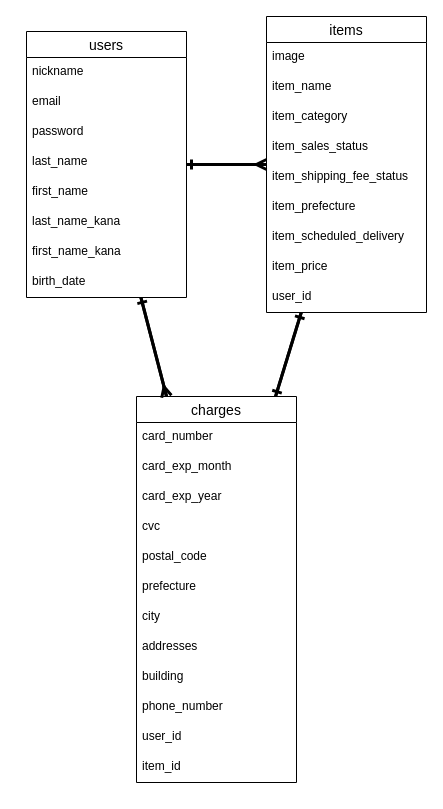
Before: furima.dio in yw6870/furima-32560, a draw.io diagram. Source tidied: cells renumbered, new cells numbered last; positions are measured from the earlier drawing's top-left corner, leaving out a move shared by most shapes. Both pictures are drawn from the tidied source at 100%, with x=0, y=0 at pixel (26, 16).
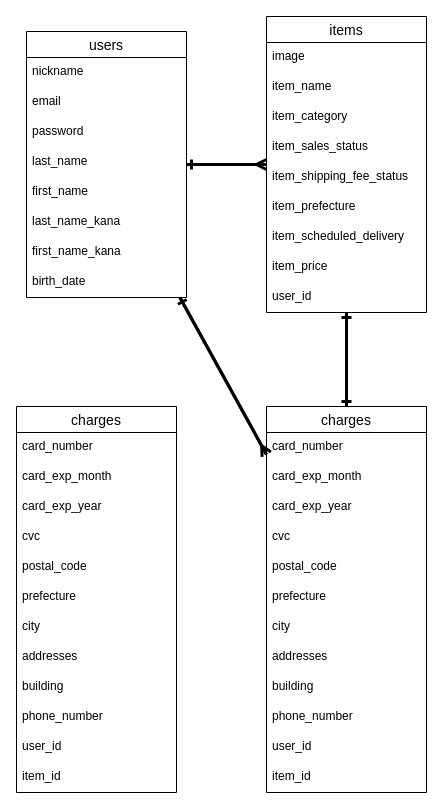
Above is the later version.

The edit, as a diff of the source:
```diff
@@
     <mxCell id="21" value="charges" style="swimlane;fontStyle=0;horizontal=1;startSize=26;align=center;fontSize=14;" parent="1" vertex="1">
-      <mxGeometry x="110" y="380" width="160" height="386" as="geometry" />
+      <mxGeometry x="240" y="390" width="160" height="386" as="geometry" />
     </mxCell>
@@
+    <mxCell id="40" value="charges" style="swimlane;fontStyle=0;horizontal=1;startSize=26;align=center;fontSize=14;" parent="1" vertex="1">
+      <mxGeometry x="-10" y="390" width="160" height="386" as="geometry" />
+    </mxCell>
+    <mxCell id="41" value="card_number" style="text;strokeColor=none;fillColor=none;spacingLeft=4;spacingRight=4;overflow=hidden;fontSize=12;" parent="40" vertex="1">
+      <mxGeometry y="26" width="160" height="30" as="geometry" />
+    </mxCell>
+    <mxCell id="42" value="card_exp_month" style="text;strokeColor=none;fillColor=none;spacingLeft=4;spacingRight=4;overflow=hidden;fontSize=12;" parent="40" vertex="1">
+      <mxGeometry y="56" width="160" height="30" as="geometry" />
+    </mxCell>
+    <mxCell id="43" value="card_exp_year" style="text;strokeColor=none;fillColor=none;spacingLeft=4;spacingRight=4;overflow=hidden;fontSize=12;" parent="40" vertex="1">
+      <mxGeometry y="86" width="160" height="30" as="geometry" />
+    </mxCell>
+    <mxCell id="44" value="cvc" style="text;strokeColor=none;fillColor=none;spacingLeft=4;spacingRight=4;overflow=hidden;fontSize=12;" parent="40" vertex="1">
+      <mxGeometry y="116" width="160" height="30" as="geometry" />
+    </mxCell>
+    <mxCell id="45" value="postal_code" style="text;strokeColor=none;fillColor=none;spacingLeft=4;spacingRight=4;overflow=hidden;fontSize=12;" parent="40" vertex="1">
+      <mxGeometry y="146" width="160" height="30" as="geometry" />
+    </mxCell>
+    <mxCell id="46" value="prefecture" style="text;strokeColor=none;fillColor=none;spacingLeft=4;spacingRight=4;overflow=hidden;fontSize=12;" parent="40" vertex="1">
+      <mxGeometry y="176" width="160" height="30" as="geometry" />
+    </mxCell>
+    <mxCell id="47" value="city" style="text;strokeColor=none;fillColor=none;spacingLeft=4;spacingRight=4;overflow=hidden;fontSize=12;" parent="40" vertex="1">
+      <mxGeometry y="206" width="160" height="30" as="geometry" />
+    </mxCell>
+    <mxCell id="48" value="addresses" style="text;strokeColor=none;fillColor=none;spacingLeft=4;spacingRight=4;overflow=hidden;fontSize=12;" parent="40" vertex="1">
+      <mxGeometry y="236" width="160" height="30" as="geometry" />
+    </mxCell>
+    <mxCell id="49" value="building" style="text;strokeColor=none;fillColor=none;spacingLeft=4;spacingRight=4;overflow=hidden;fontSize=12;" parent="40" vertex="1">
+      <mxGeometry y="266" width="160" height="30" as="geometry" />
+    </mxCell>
+    <mxCell id="50" value="phone_number" style="text;strokeColor=none;fillColor=none;spacingLeft=4;spacingRight=4;overflow=hidden;fontSize=12;" parent="40" vertex="1">
+      <mxGeometry y="296" width="160" height="30" as="geometry" />
+    </mxCell>
+    <mxCell id="51" value="user_id" style="text;strokeColor=none;fillColor=none;spacingLeft=4;spacingRight=4;overflow=hidden;fontSize=12;" parent="40" vertex="1">
+      <mxGeometry y="326" width="160" height="30" as="geometry" />
+    </mxCell>
+    <mxCell id="52" value="item_id" style="text;strokeColor=none;fillColor=none;spacingLeft=4;spacingRight=4;overflow=hidden;fontSize=12;" parent="40" vertex="1">
+      <mxGeometry y="356" width="160" height="30" as="geometry" />
+    </mxCell>
```
